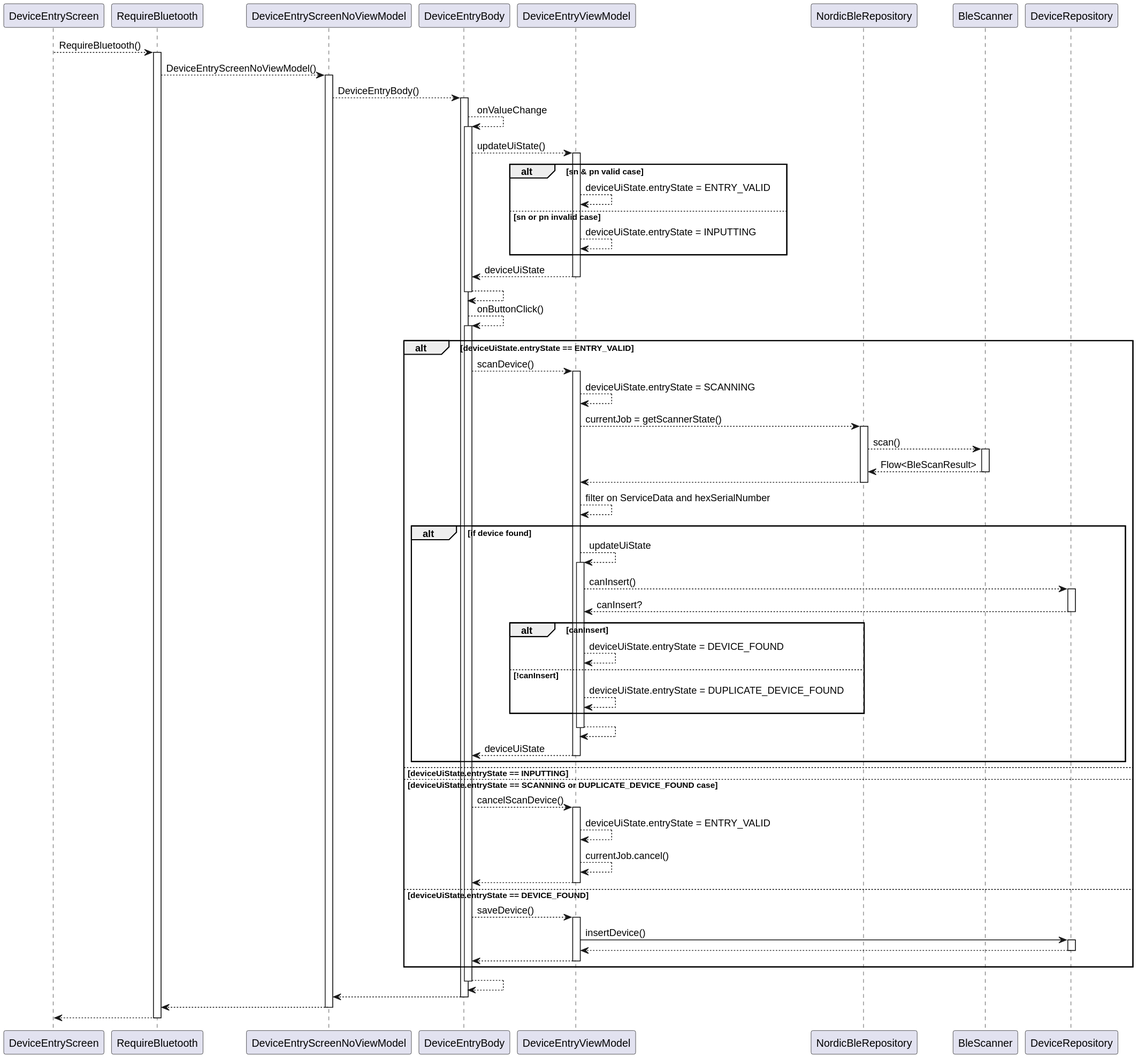
Earlier version of the PlantUML export docs/images/blescansequence.svg (FrankHJCuypers/gaai).
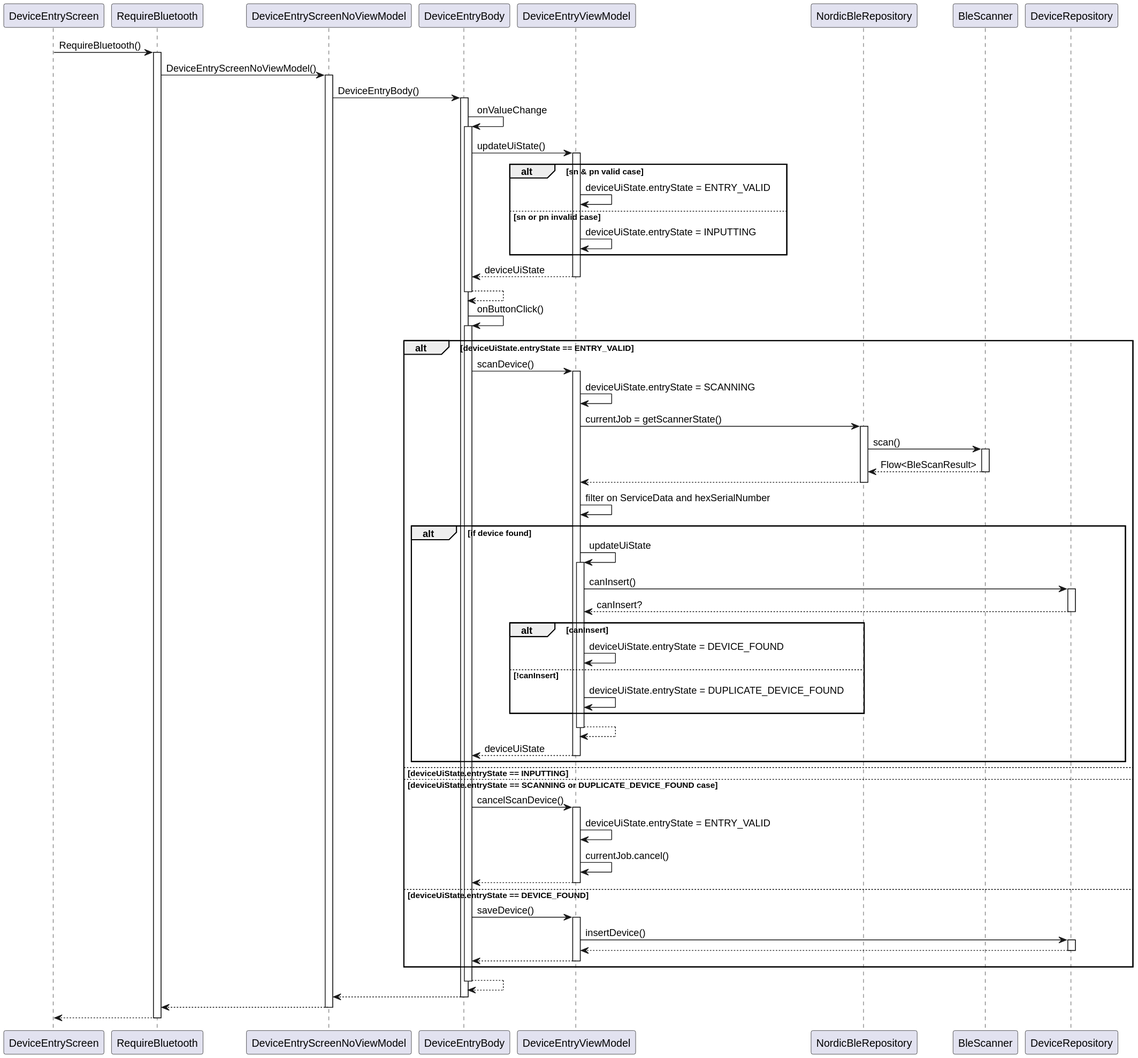
The same file after the commit.

The edit, as a diff of the source:
```diff
@@ -1,45 +1,45 @@
 @startuml
-DeviceEntryScreen --> RequireBluetooth : RequireBluetooth()
+DeviceEntryScreen -> RequireBluetooth : RequireBluetooth()
 activate RequireBluetooth
-RequireBluetooth --> DeviceEntryScreenNoViewModel : DeviceEntryScreenNoViewModel()
+RequireBluetooth -> DeviceEntryScreenNoViewModel : DeviceEntryScreenNoViewModel()
 activate DeviceEntryScreenNoViewModel
-DeviceEntryScreenNoViewModel --> DeviceEntryBody: DeviceEntryBody()
+DeviceEntryScreenNoViewModel -> DeviceEntryBody: DeviceEntryBody()
 activate DeviceEntryBody
-DeviceEntryBody --> DeviceEntryBody: onValueChange
+DeviceEntryBody -> DeviceEntryBody: onValueChange
 activate DeviceEntryBody
-DeviceEntryBody --> DeviceEntryViewModel: updateUiState()
+DeviceEntryBody -> DeviceEntryViewModel: updateUiState()
 activate DeviceEntryViewModel
 alt sn & pn valid case
-DeviceEntryViewModel --> DeviceEntryViewModel: deviceUiState.entryState = ENTRY_VALID
+DeviceEntryViewModel -> DeviceEntryViewModel: deviceUiState.entryState = ENTRY_VALID
 else sn or pn invalid case
-DeviceEntryViewModel --> DeviceEntryViewModel: deviceUiState.entryState = INPUTTING
+DeviceEntryViewModel -> DeviceEntryViewModel: deviceUiState.entryState = INPUTTING
 end
 return deviceUiState
 return
-DeviceEntryBody --> DeviceEntryBody: onButtonClick()
+DeviceEntryBody -> DeviceEntryBody: onButtonClick()
 activate DeviceEntryBody
 alt deviceUiState.entryState == ENTRY_VALID
-DeviceEntryBody --> DeviceEntryViewModel : scanDevice()
+DeviceEntryBody -> DeviceEntryViewModel : scanDevice()
 activate DeviceEntryViewModel
-DeviceEntryViewModel --> DeviceEntryViewModel: deviceUiState.entryState = SCANNING
-DeviceEntryViewModel --> NordicBleRepository: currentJob = getScannerState()
+DeviceEntryViewModel -> DeviceEntryViewModel: deviceUiState.entryState = SCANNING
+DeviceEntryViewModel -> NordicBleRepository: currentJob = getScannerState()
 activate NordicBleRepository
-NordicBleRepository --> BleScanner : scan()
+NordicBleRepository -> BleScanner : scan()
 activate BleScanner
 return Flow<BleScanResult>
 return
-DeviceEntryViewModel --> DeviceEntryViewModel: filter on ServiceData and hexSerialNumber
+DeviceEntryViewModel -> DeviceEntryViewModel: filter on ServiceData and hexSerialNumber
 
 alt if device found
-DeviceEntryViewModel --> DeviceEntryViewModel : updateUiState
+DeviceEntryViewModel -> DeviceEntryViewModel : updateUiState
 activate DeviceEntryViewModel
-DeviceEntryViewModel --> DeviceRepository: canInsert()
+DeviceEntryViewModel -> DeviceRepository: canInsert()
 activate DeviceRepository
 return canInsert?
 alt canInsert
-DeviceEntryViewModel --> DeviceEntryViewModel: deviceUiState.entryState = DEVICE_FOUND
+DeviceEntryViewModel -> DeviceEntryViewModel: deviceUiState.entryState = DEVICE_FOUND
 else !canInsert
-DeviceEntryViewModel --> DeviceEntryViewModel: deviceUiState.entryState = DUPLICATE_DEVICE_FOUND
+DeviceEntryViewModel -> DeviceEntryViewModel: deviceUiState.entryState = DUPLICATE_DEVICE_FOUND
 end
 activate DeviceEntryViewModel
 
@@ -48,13 +48,13 @@
 end
 else deviceUiState.entryState == INPUTTING
 else deviceUiState.entryState == SCANNING or DUPLICATE_DEVICE_FOUND case
-DeviceEntryBody --> DeviceEntryViewModel : cancelScanDevice()
+DeviceEntryBody -> DeviceEntryViewModel : cancelScanDevice()
 activate DeviceEntryViewModel
-DeviceEntryViewModel --> DeviceEntryViewModel: deviceUiState.entryState = ENTRY_VALID
-DeviceEntryViewModel --> DeviceEntryViewModel: currentJob.cancel()
+DeviceEntryViewModel -> DeviceEntryViewModel: deviceUiState.entryState = ENTRY_VALID
+DeviceEntryViewModel -> DeviceEntryViewModel: currentJob.cancel()
 return
 else deviceUiState.entryState == DEVICE_FOUND
-DeviceEntryBody --> DeviceEntryViewModel: saveDevice()
+DeviceEntryBody -> DeviceEntryViewModel: saveDevice()
 activate DeviceEntryViewModel
 DeviceEntryViewModel -> DeviceRepository: insertDevice()
 activate DeviceRepository
```
